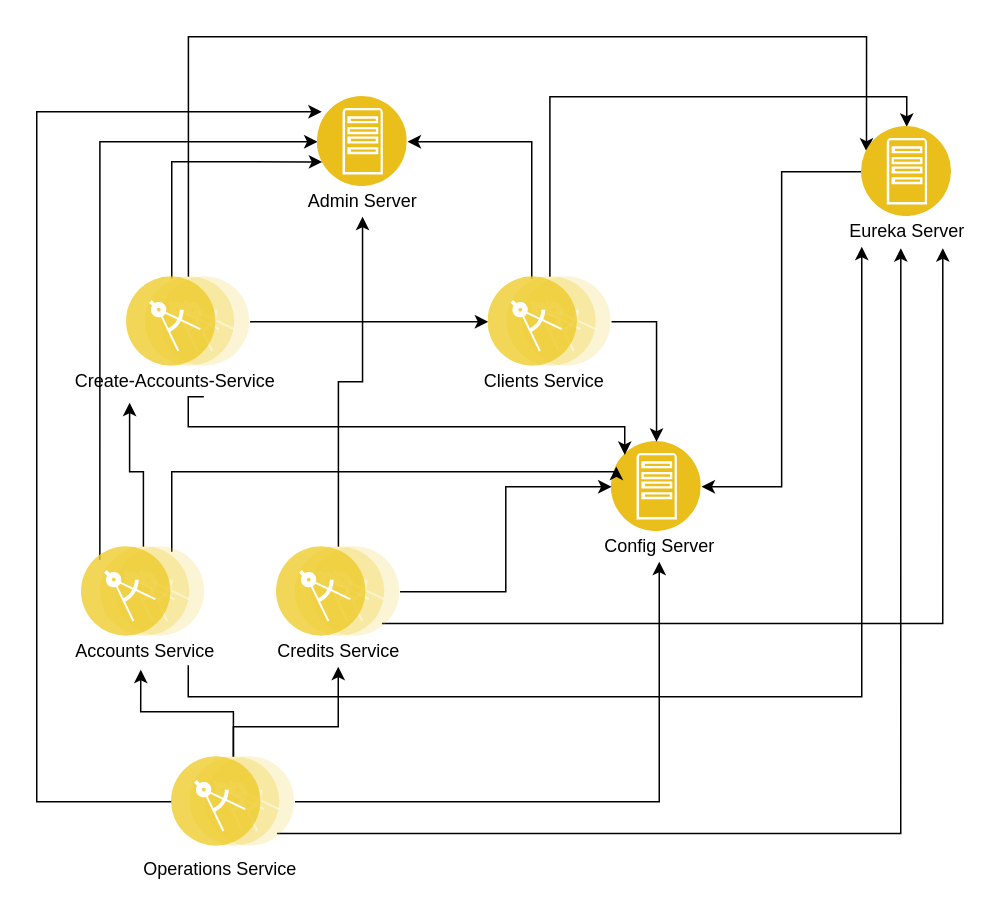
This is SolutionDiagram.drawio from DDMonzonUrrutia/bancking-diagrams, a draw.io file, before an edit. Source tidied: cells renumbered, new cells numbered last; positions are measured from the earlier drawing's top-left corner, leaving out a move shared by most shapes. Both pictures are drawn from the tidied source at 150%, with x=0, y=0 at pixel (36, 36).
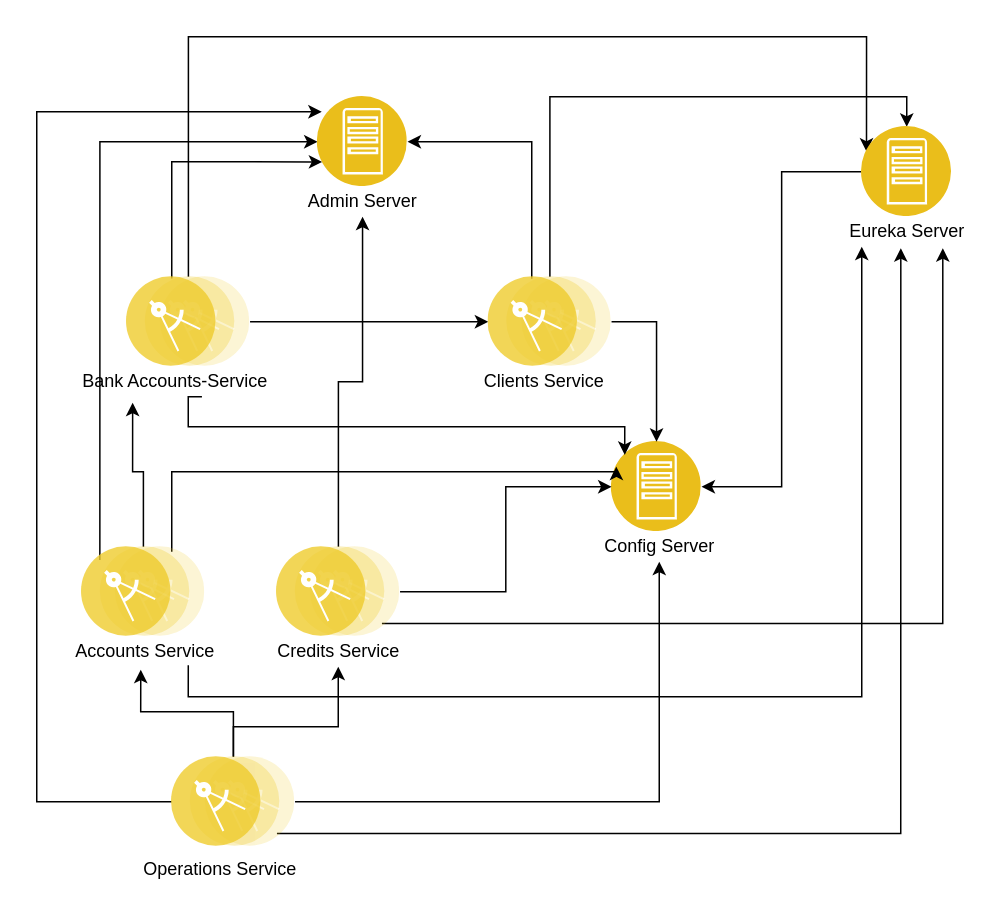
After the change.

What changed in the source:
```diff
@@
-    <mxCell id="33" value="Create-Accounts-Service" style="text;html=1;align=center;verticalAlign=middle;points=[];strokeColor=none;" parent="1" vertex="1">
-      <mxGeometry x="17.2" y="220" width="150" height="20" as="geometry" />
+    <mxCell id="33" value="Bank Accounts-Service" style="text;html=1;align=center;verticalAlign=middle;points=[];strokeColor=none;" parent="1" vertex="1">
+      <mxGeometry x="22.2" y="220" width="140" height="20" as="geometry" />
     </mxCell>
```
